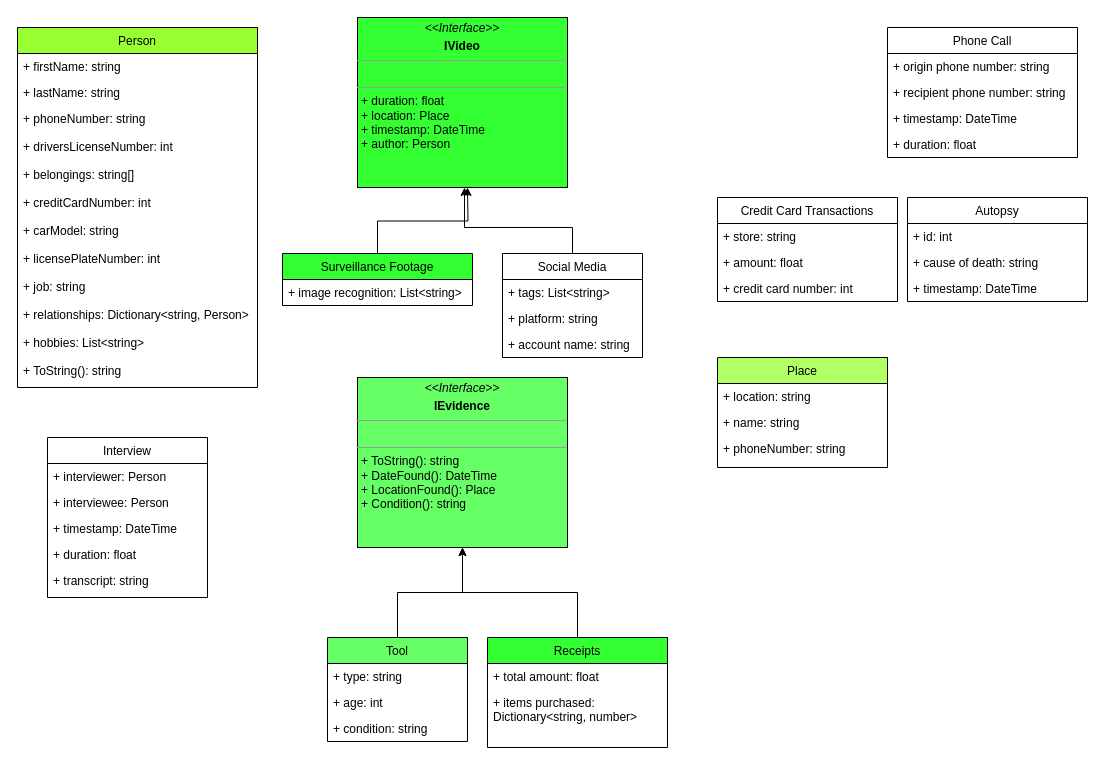
Before: murdermystery.drawio in kirakirakira/urban-pancake, a draw.io diagram. Source tidied: cells renumbered, new cells numbered last; positions are measured from the earlier drawing's top-left corner, leaving out a move shared by most shapes. Both pictures are drawn from the tidied source at 100%, with x=0, y=0 at pixel (17, 17).
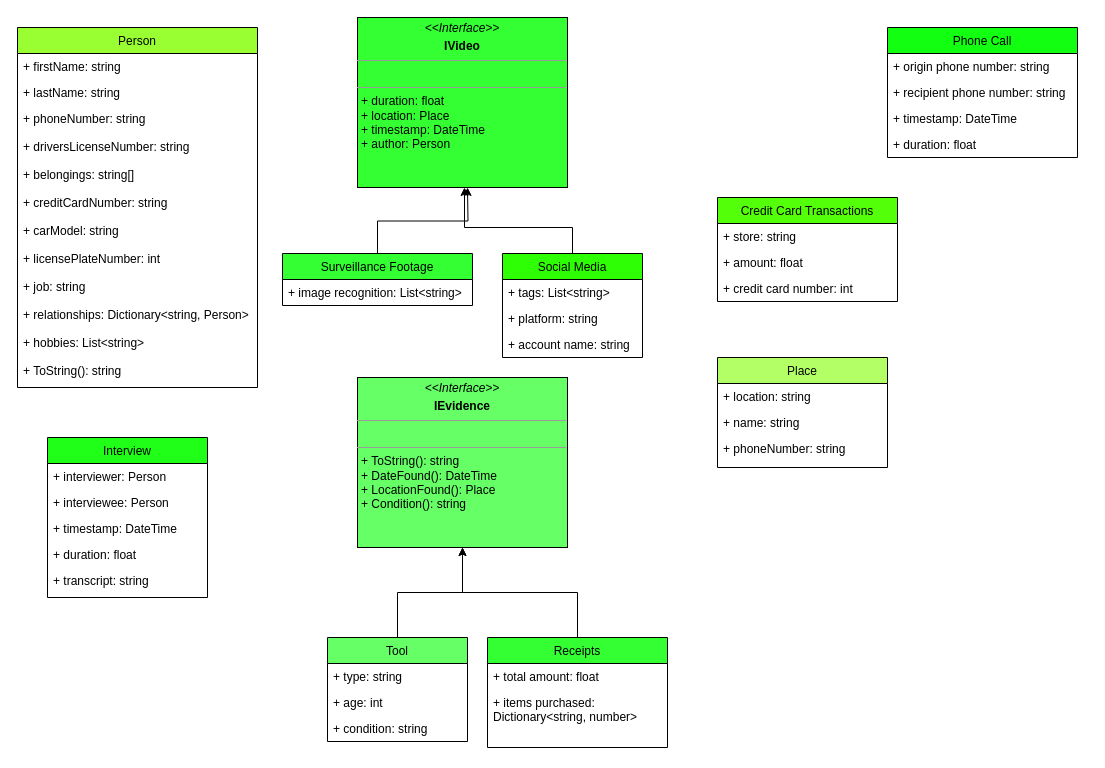
Above is the later version.

The change refers to these unchanged cells:
```xml
<mxCell id="2" value="Person" style="swimlane;fontStyle=0;horizontal=1;startSize=26;fillColor=#99FF33;" parent="1" vertex="1">
  <mxGeometry y="10" width="240" height="360" as="geometry" />
</mxCell>
```

Change to the diagram source:
```diff
@@
-    <mxCell id="5" value="+ phoneNumber: string&#10;&#10;+ driversLicenseNumber: int&#10;&#10;+ belongings: string[]&#10;&#10;+ creditCardNumber: int&#10;&#10;+ carModel: string&#10;&#10;+ licensePlateNumber: int&#10;&#10;+ job: string&#10;&#10;+ relationships: Dictionary&lt;string, Person&gt;&#10;&#10;+ hobbies: List&lt;string&gt;&#10;&#10;+ ToString(): string&#10;" style="text;strokeColor=none;fillColor=none;align=left;verticalAlign=top;spacingLeft=4;spacingRight=4;overflow=hidden;" parent="2" vertex="1">
+    <mxCell id="5" value="+ phoneNumber: string&#10;&#10;+ driversLicenseNumber: string&#10;&#10;+ belongings: string[]&#10;&#10;+ creditCardNumber: string&#10;&#10;+ carModel: string&#10;&#10;+ licensePlateNumber: int&#10;&#10;+ job: string&#10;&#10;+ relationships: Dictionary&lt;string, Person&gt;&#10;&#10;+ hobbies: List&lt;string&gt;&#10;&#10;+ ToString(): string&#10;" style="text;strokeColor=none;fillColor=none;align=left;verticalAlign=top;spacingLeft=4;spacingRight=4;overflow=hidden;" parent="2" vertex="1">
       <mxGeometry y="78" width="240" height="282" as="geometry" />
     </mxCell>
@@
-    <mxCell id="15" value="Interview" style="swimlane;fontStyle=0;horizontal=1;startSize=26;fillColor=none;" parent="1" vertex="1">
+    <mxCell id="15" value="Interview" style="swimlane;fontStyle=0;horizontal=1;startSize=26;fillColor=#1FFF17;" parent="1" vertex="1">
       <mxGeometry x="30" y="420" width="160" height="160" as="geometry" />
     </mxCell>
@@
-    <mxCell id="19" value="Phone Call" style="swimlane;fontStyle=0;horizontal=1;startSize=26;fillColor=none;" parent="1" vertex="1">
+    <mxCell id="19" value="Phone Call" style="swimlane;fontStyle=0;horizontal=1;startSize=26;fillColor=#12FF12;" parent="1" vertex="1">
       <mxGeometry x="870" y="10" width="190" height="130" as="geometry" />
     </mxCell>
@@
-    <mxCell id="26" value="Social Media" style="swimlane;fontStyle=0;horizontal=1;startSize=26;fillColor=none;" parent="1" vertex="1">
+    <mxCell id="26" value="Social Media" style="swimlane;fontStyle=0;horizontal=1;startSize=26;fillColor=#2FFF05;" parent="1" vertex="1">
       <mxGeometry x="485" y="236" width="140" height="104" as="geometry" />
     </mxCell>
@@
-    <mxCell id="30" value="Credit Card Transactions" style="swimlane;fontStyle=0;horizontal=1;startSize=26;fillColor=none;" parent="1" vertex="1">
+    <mxCell id="30" value="Credit Card Transactions" style="swimlane;fontStyle=0;horizontal=1;startSize=26;fillColor=#54FF0A;" parent="1" vertex="1">
       <mxGeometry x="700" y="180" width="180" height="104" as="geometry" />
     </mxCell>
@@
-    <mxCell id="34" value="Autopsy" style="swimlane;fontStyle=0;horizontal=1;startSize=26;fillColor=none;" parent="1" vertex="1">
-      <mxGeometry x="890" y="180" width="180" height="104" as="geometry" />
-    </mxCell>
-    <mxCell id="35" value="+ id: int" style="text;strokeColor=none;fillColor=none;align=left;verticalAlign=top;spacingLeft=4;spacingRight=4;overflow=hidden;" parent="34" vertex="1">
-      <mxGeometry y="26" width="180" height="26" as="geometry" />
-    </mxCell>
-    <mxCell id="36" value="+ cause of death: string" style="text;strokeColor=none;fillColor=none;align=left;verticalAlign=top;spacingLeft=4;spacingRight=4;overflow=hidden;" parent="34" vertex="1">
-      <mxGeometry y="52" width="180" height="26" as="geometry" />
-    </mxCell>
-    <mxCell id="37" value="+ timestamp: DateTime" style="text;strokeColor=none;fillColor=none;align=left;verticalAlign=top;spacingLeft=4;spacingRight=4;overflow=hidden;" parent="34" vertex="1">
-      <mxGeometry y="78" width="180" height="26" as="geometry" />
-    </mxCell>
```
